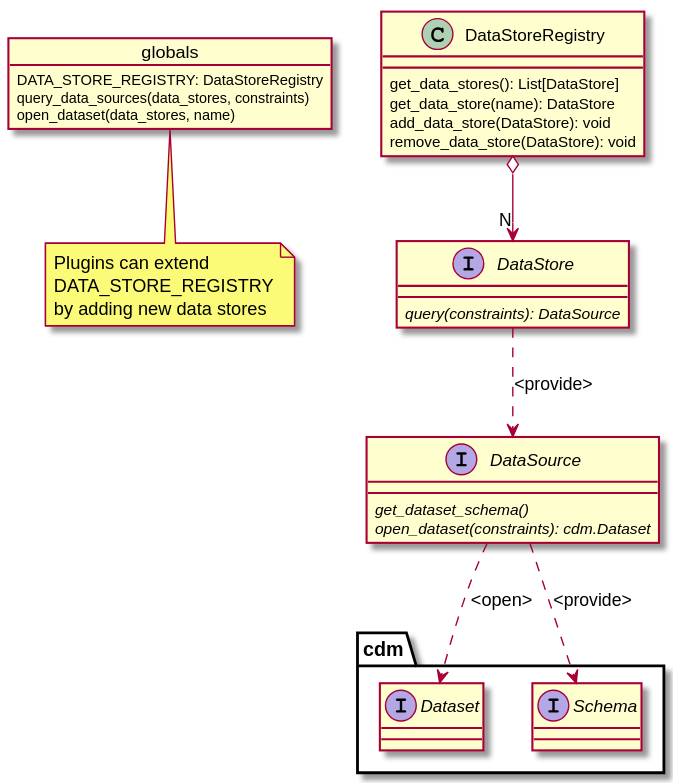
CCI-Tools/cate keeps this PlantUML diagram as doc/source/_static/uml/io.svg. Above is the earlier version. Its source is kept beside it as doc/source/uml/io.puml.
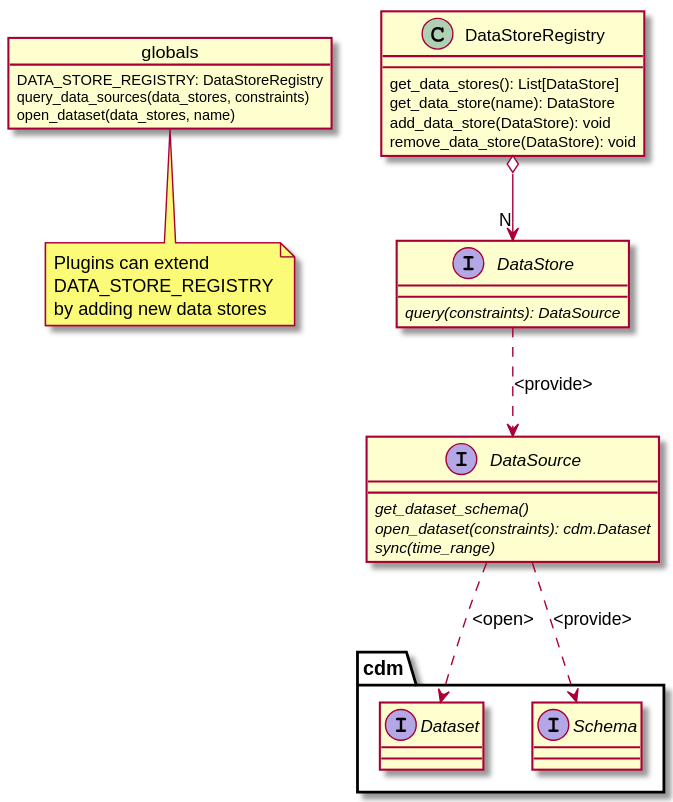
The same file after the commit.

The edit, as a diff of the source:
```diff
@@ -26,6 +26,7 @@
 interface DataSource {
     {abstract} get_dataset_schema()
     {abstract} open_dataset(constraints): cdm.Dataset
+    {abstract} sync(time_range)
 }
 
 DataStoreRegistry o--> "N" DataStore
```
